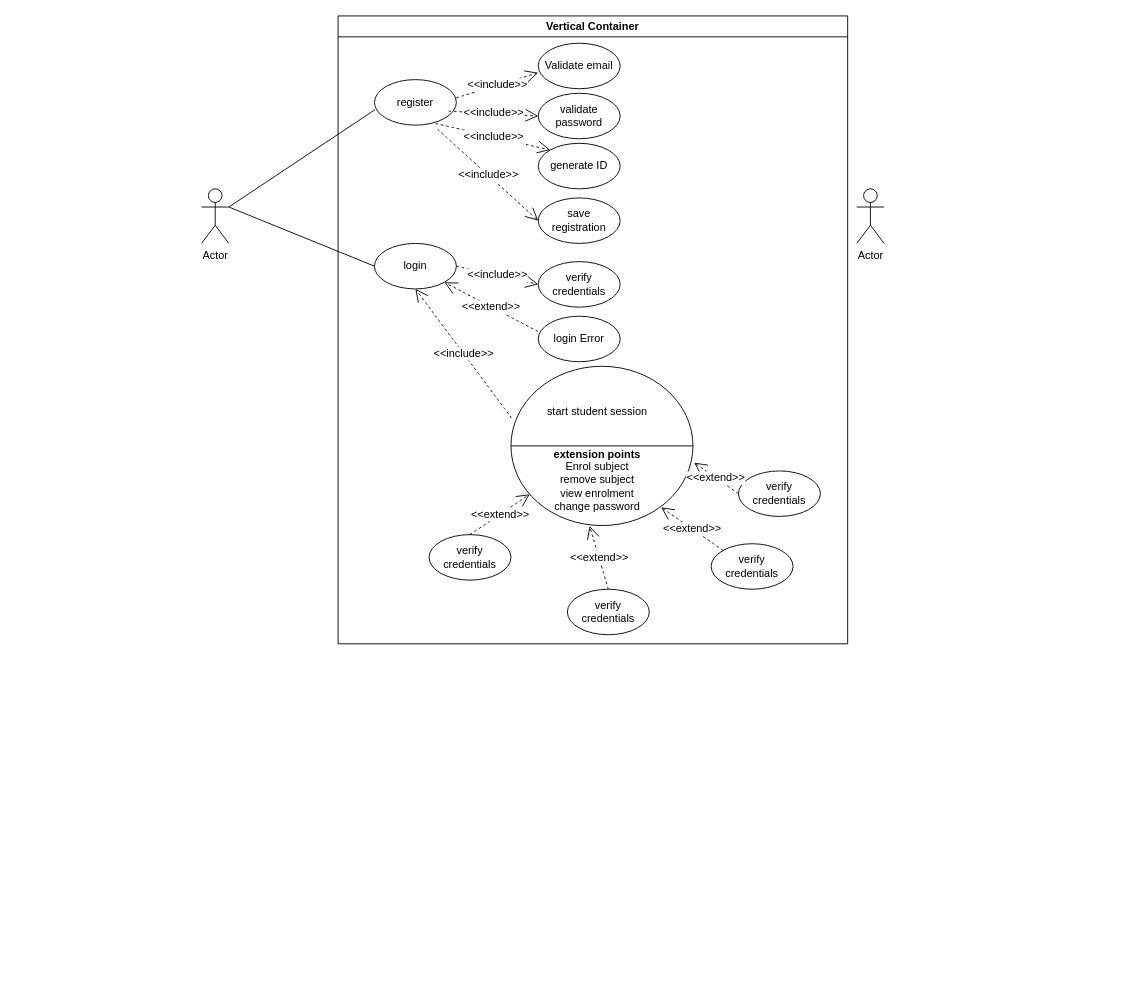
Earlier version of the draw.io diagram src/user case .drawio (zuoheouxiang/32555project). Source tidied: cells renumbered, new cells numbered last; positions are measured from the earlier drawing's top-left corner, leaving out a move shared by most shapes. Both pictures are drawn from the tidied source at 91%, with x=0, y=0 at pixel (201, 15).
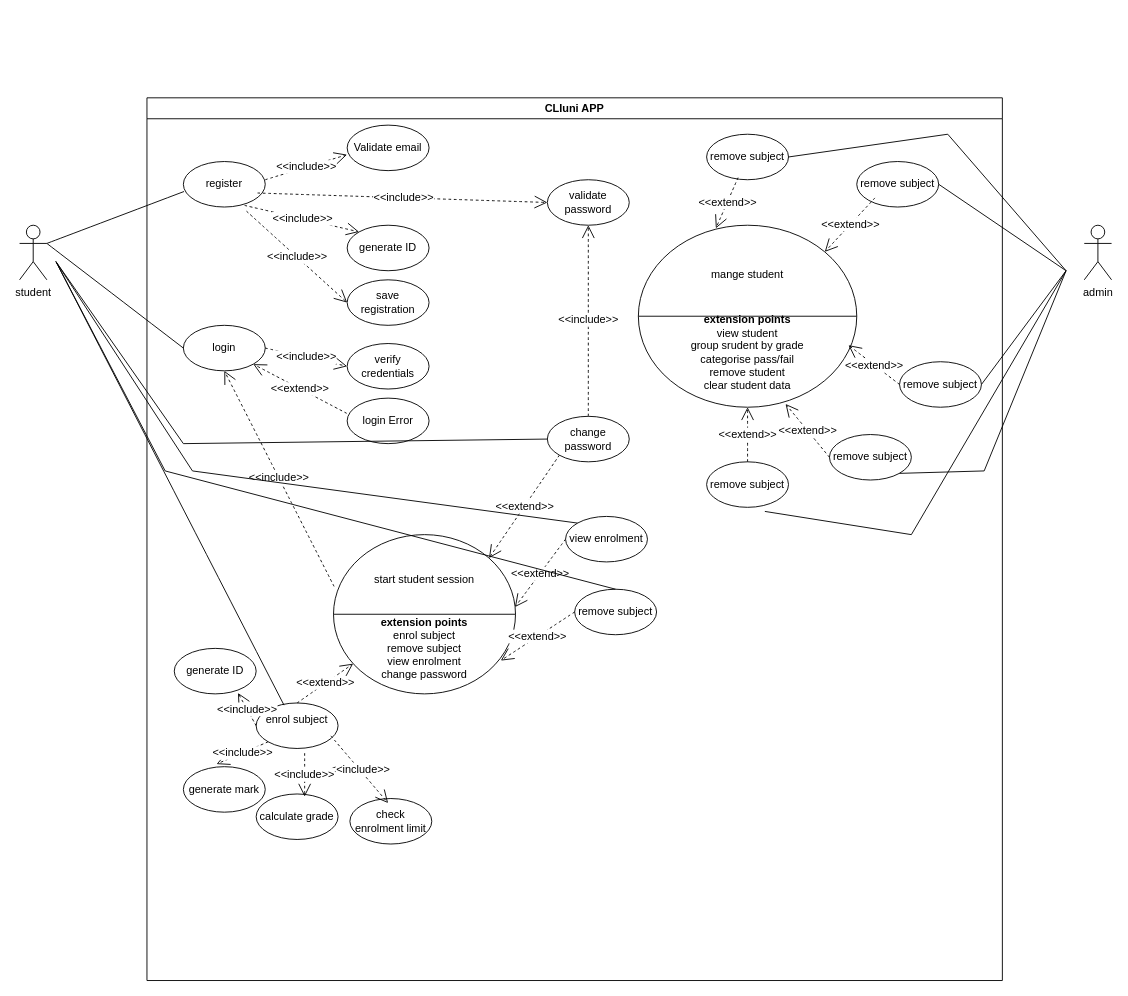
The same diagram, later.

The change refers to these unchanged cells:
```xml
<mxCell id="5" value="register" style="ellipse;whiteSpace=wrap;html=1;shapeInside=1;" parent="4" vertex="1">
  <mxGeometry x="40" y="70" width="90" height="50" as="geometry" />
</mxCell>
```

Change to the diagram source:
```diff
@@
-    <mxCell id="2" value="Actor" style="shape=umlActor;verticalLabelPosition=bottom;verticalAlign=top;html=1;outlineConnect=0;" parent="1" vertex="1">
-      <mxGeometry y="190" width="30" height="60" as="geometry" />
+    <mxCell id="2" value="student" style="shape=umlActor;verticalLabelPosition=bottom;verticalAlign=top;html=1;outlineConnect=0;" parent="1" vertex="1">
+      <mxGeometry x="-200" y="230" width="30" height="60" as="geometry" />
     </mxCell>
-    <mxCell id="3" value="Actor" style="shape=umlActor;verticalLabelPosition=bottom;verticalAlign=top;html=1;" parent="1" vertex="1">
-      <mxGeometry x="720" y="190" width="30" height="60" as="geometry" />
+    <mxCell id="3" value="admin" style="shape=umlActor;verticalLabelPosition=bottom;verticalAlign=top;html=1;" parent="1" vertex="1">
+      <mxGeometry x="970" y="230" width="30" height="60" as="geometry" />
     </mxCell>
-    <mxCell id="4" value="Vertical Container" style="swimlane;whiteSpace=wrap;html=1;" parent="1" vertex="1">
-      <mxGeometry x="150" width="560" height="690" as="geometry" />
+    <mxCell id="4" value="CLIuni APP" style="swimlane;whiteSpace=wrap;html=1;" parent="1" vertex="1">
+      <mxGeometry x="-60" y="90" width="940" height="970" as="geometry" />
     </mxCell>
@@
     <mxCell id="8" value="validate password" style="ellipse;whiteSpace=wrap;html=1;" parent="4" vertex="1">
-      <mxGeometry x="220" y="85" width="90" height="50" as="geometry" />
+      <mxGeometry x="440" y="90" width="90" height="50" as="geometry" />
     </mxCell>
@@
     <mxCell id="19" style="shape=lineEllipse;perimeter=ellipsePerimeter;whiteSpace=wrap;html=1;backgroundOutline=1;" parent="4" vertex="1">
-      <mxGeometry x="190" y="385" width="200" height="175" as="geometry" />
+      <mxGeometry x="205" y="480" width="200" height="175" as="geometry" />
     </mxCell>
     <mxCell id="20" value="start student session" style="text;html=1;whiteSpace=wrap;strokeColor=none;fillColor=none;align=center;verticalAlign=middle;rounded=0;" parent="4" vertex="1">
-      <mxGeometry x="225" y="420" width="120" height="30" as="geometry" />
+      <mxGeometry x="245" y="515" width="120" height="30" as="geometry" />
     </mxCell>
-    <mxCell id="21" value="&lt;b&gt;extension points&lt;/b&gt;&lt;div&gt;Enrol subject&lt;/div&gt;&lt;div&gt;remove subject&lt;/div&gt;&lt;div&gt;view enrolment&lt;/div&gt;&lt;div&gt;change password&lt;/div&gt;" style="text;html=1;whiteSpace=wrap;strokeColor=none;fillColor=none;align=center;verticalAlign=middle;rounded=0;" parent="4" vertex="1">
-      <mxGeometry x="215" y="480" width="140" height="60" as="geometry" />
+    <mxCell id="21" value="&lt;b&gt;extension points&lt;/b&gt;&lt;div&gt;enrol subject&lt;/div&gt;&lt;div&gt;remove subject&lt;/div&gt;&lt;div&gt;view enrolment&lt;/div&gt;&lt;div&gt;change password&lt;/div&gt;" style="text;html=1;whiteSpace=wrap;strokeColor=none;fillColor=none;align=center;verticalAlign=middle;rounded=0;" parent="4" vertex="1">
+      <mxGeometry x="235" y="575" width="140" height="60" as="geometry" />
     </mxCell>
-    <mxCell id="22" value="verify credentials" style="ellipse;whiteSpace=wrap;html=1;shapeInside=1;" parent="4" vertex="1">
-      <mxGeometry x="100" y="570" width="90" height="50" as="geometry" />
+    <mxCell id="22" value="enrol subject&lt;div&gt;&lt;br/&gt;&lt;/div&gt;" style="ellipse;whiteSpace=wrap;html=1;shapeInside=1;" parent="4" vertex="1">
+      <mxGeometry x="120" y="665" width="90" height="50" as="geometry" />
     </mxCell>
-    <mxCell id="23" value="verify credentials" style="ellipse;whiteSpace=wrap;html=1;shapeInside=1;" parent="4" vertex="1">
-      <mxGeometry x="440" y="500" width="90" height="50" as="geometry" />
+    <mxCell id="23" value="change password" style="ellipse;whiteSpace=wrap;html=1;shapeInside=1;" parent="4" vertex="1">
+      <mxGeometry x="440" y="350" width="90" height="50" as="geometry" />
     </mxCell>
@@
-    <mxCell id="26" value="&amp;lt;&amp;lt;extend&amp;gt;&amp;gt;" style="endArrow=open;endSize=12;dashed=1;html=1;rounded=0;fontSize=12;curved=1;exitX=0;exitY=0.5;exitDx=0;exitDy=0;entryX=1.006;entryY=0.605;entryDx=0;entryDy=0;entryPerimeter=0;" parent="4" edge="1" source="23" target="19">
+    <mxCell id="26" value="&amp;lt;&amp;lt;extend&amp;gt;&amp;gt;" style="endArrow=open;endSize=12;dashed=1;html=1;rounded=0;fontSize=12;curved=1;exitX=0;exitY=0.5;exitDx=0;exitDy=0;entryX=0.997;entryY=0.455;entryDx=0;entryDy=0;entryPerimeter=0;" parent="4" edge="1" source="30" target="19">
       <mxGeometry relative="1" as="geometry" />
     </mxCell>
+    <mxCell id="33" value="&lt;div&gt;check enrolment limit&lt;/div&gt;" style="ellipse;whiteSpace=wrap;html=1;shapeInside=1;" parent="4" vertex="1">
+      <mxGeometry x="223" y="770" width="90" height="50" as="geometry" />
+    </mxCell>
+    <mxCell id="34" value="&lt;div&gt;generate ID&lt;/div&gt;" style="ellipse;whiteSpace=wrap;html=1;shapeInside=1;" parent="4" vertex="1">
+      <mxGeometry x="30" y="605" width="90" height="50" as="geometry" />
+    </mxCell>
+    <mxCell id="35" value="&lt;div&gt;generate mark&lt;/div&gt;" style="ellipse;whiteSpace=wrap;html=1;shapeInside=1;" parent="4" vertex="1">
+      <mxGeometry x="40" y="735" width="90" height="50" as="geometry" />
+    </mxCell>
+    <mxCell id="36" value="&amp;lt;&amp;lt;include&amp;gt;&amp;gt;" style="endArrow=open;endSize=12;dashed=1;html=1;rounded=0;fontSize=12;curved=1;exitX=0;exitY=0.5;exitDx=0;exitDy=0;entryX=0.778;entryY=0.98;entryDx=0;entryDy=0;entryPerimeter=0;" parent="4" edge="1" source="22" target="34">
+      <mxGeometry relative="1" as="geometry" />
+    </mxCell>
+    <mxCell id="37" value="&amp;lt;&amp;lt;include&amp;gt;&amp;gt;" style="endArrow=open;endSize=12;dashed=1;html=1;rounded=0;fontSize=12;curved=1;exitX=0;exitY=1;exitDx=0;exitDy=0;entryX=0.405;entryY=-0.057;entryDx=0;entryDy=0;entryPerimeter=0;" parent="4" edge="1" source="22" target="35">
+      <mxGeometry relative="1" as="geometry" />
+    </mxCell>
+    <mxCell id="38" value="&amp;lt;&amp;lt;include&amp;gt;&amp;gt;" style="endArrow=open;endSize=12;dashed=1;html=1;rounded=0;fontSize=12;curved=1;exitX=0.912;exitY=0.723;exitDx=0;exitDy=0;entryX=0.5;entryY=0;entryDx=0;entryDy=0;exitPerimeter=0;" parent="4" edge="1" source="22">
+      <mxGeometry relative="1" as="geometry">
+        <mxPoint x="265" y="775" as="targetPoint" />
+      </mxGeometry>
+    </mxCell>
+    <mxCell id="39" value="&lt;div&gt;calculate grade&lt;/div&gt;" style="ellipse;whiteSpace=wrap;html=1;shapeInside=1;" parent="4" vertex="1">
+      <mxGeometry x="120" y="765" width="90" height="50" as="geometry" />
+    </mxCell>
+    <mxCell id="40" value="&amp;lt;&amp;lt;include&amp;gt;&amp;gt;" style="endArrow=open;endSize=12;dashed=1;html=1;rounded=0;fontSize=12;curved=1;exitX=0.592;exitY=1.101;exitDx=0;exitDy=0;entryX=0.592;entryY=0.059;entryDx=0;entryDy=0;entryPerimeter=0;exitPerimeter=0;" parent="4" edge="1" source="22" target="39">
+      <mxGeometry relative="1" as="geometry" />
+    </mxCell>
+    <mxCell id="30" value="view enrolment" style="ellipse;whiteSpace=wrap;html=1;shapeInside=1;" parent="4" vertex="1">
+      <mxGeometry x="460" y="460" width="90" height="50" as="geometry" />
+    </mxCell>
+    <mxCell id="32" value="&amp;lt;&amp;lt;extend&amp;gt;&amp;gt;" style="endArrow=open;endSize=12;dashed=1;html=1;rounded=0;fontSize=12;curved=1;exitX=0;exitY=1;exitDx=0;exitDy=0;entryX=1;entryY=0;entryDx=0;entryDy=0;" parent="4" edge="1" source="23" target="19">
+      <mxGeometry relative="1" as="geometry" />
+    </mxCell>
+    <mxCell id="29" value="remove subject" style="ellipse;whiteSpace=wrap;html=1;shapeInside=1;" parent="4" vertex="1">
+      <mxGeometry x="470" y="540" width="90" height="50" as="geometry" />
+    </mxCell>
+    <mxCell id="31" value="&amp;lt;&amp;lt;extend&amp;gt;&amp;gt;" style="endArrow=open;endSize=12;dashed=1;html=1;rounded=0;fontSize=12;curved=1;exitX=0;exitY=0.5;exitDx=0;exitDy=0;entryX=0.919;entryY=0.791;entryDx=0;entryDy=0;entryPerimeter=0;" parent="4" edge="1" source="29" target="19">
+      <mxGeometry relative="1" as="geometry" />
+    </mxCell>
+    <mxCell id="41" value="&amp;lt;&amp;lt;include&amp;gt;&amp;gt;" style="endArrow=open;endSize=12;dashed=1;html=1;rounded=0;fontSize=12;curved=1;exitX=0.5;exitY=0;exitDx=0;exitDy=0;entryX=0.5;entryY=1;entryDx=0;entryDy=0;" parent="4" edge="1" source="23" target="8">
+      <mxGeometry x="0.01" relative="1" as="geometry" />
+    </mxCell>
+    <mxCell id="42" style="shape=lineEllipse;perimeter=ellipsePerimeter;whiteSpace=wrap;html=1;backgroundOutline=1;" parent="4" vertex="1">
+      <mxGeometry x="540" y="140" width="240" height="200" as="geometry" />
+    </mxCell>
+    <mxCell id="43" value="mange student" style="text;html=1;whiteSpace=wrap;strokeColor=none;fillColor=none;align=center;verticalAlign=middle;rounded=0;" parent="4" vertex="1">
+      <mxGeometry x="600" y="180" width="120" height="30" as="geometry" />
+    </mxCell>
+    <mxCell id="44" value="&lt;b&gt;extension points&lt;/b&gt;&lt;div&gt;view student&lt;/div&gt;&lt;div&gt;group srudent by grade&lt;/div&gt;&lt;div&gt;categorise pass/fail&lt;/div&gt;&lt;div&gt;remove student&lt;/div&gt;&lt;div&gt;clear student data&lt;/div&gt;" style="text;html=1;whiteSpace=wrap;strokeColor=none;fillColor=none;align=center;verticalAlign=middle;rounded=0;" parent="4" vertex="1">
+      <mxGeometry x="590" y="260" width="140" height="40" as="geometry" />
+    </mxCell>
+    <mxCell id="45" value="remove subject" style="ellipse;whiteSpace=wrap;html=1;shapeInside=1;" parent="4" vertex="1">
+      <mxGeometry x="615" y="400" width="90" height="50" as="geometry" />
+    </mxCell>
+    <mxCell id="46" value="remove subject" style="ellipse;whiteSpace=wrap;html=1;shapeInside=1;" parent="4" vertex="1">
+      <mxGeometry x="615" y="40" width="90" height="50" as="geometry" />
+    </mxCell>
+    <mxCell id="47" value="remove subject" style="ellipse;whiteSpace=wrap;html=1;shapeInside=1;" parent="4" vertex="1">
+      <mxGeometry x="750" y="370" width="90" height="50" as="geometry" />
+    </mxCell>
+    <mxCell id="48" value="remove subject" style="ellipse;whiteSpace=wrap;html=1;shapeInside=1;" parent="4" vertex="1">
+      <mxGeometry x="827" y="290" width="90" height="50" as="geometry" />
+    </mxCell>
+    <mxCell id="49" value="remove subject" style="ellipse;whiteSpace=wrap;html=1;shapeInside=1;" parent="4" vertex="1">
+      <mxGeometry x="780" y="70" width="90" height="50" as="geometry" />
+    </mxCell>
+    <mxCell id="50" value="&amp;lt;&amp;lt;extend&amp;gt;&amp;gt;" style="endArrow=open;endSize=12;dashed=1;html=1;rounded=0;fontSize=12;curved=1;exitX=0;exitY=0.5;exitDx=0;exitDy=0;entryX=0.674;entryY=0.982;entryDx=0;entryDy=0;entryPerimeter=0;" parent="4" edge="1" source="47" target="42">
+      <mxGeometry relative="1" as="geometry" />
+    </mxCell>
+    <mxCell id="51" value="&amp;lt;&amp;lt;extend&amp;gt;&amp;gt;" style="endArrow=open;endSize=12;dashed=1;html=1;rounded=0;fontSize=12;curved=1;exitX=0.5;exitY=0;exitDx=0;exitDy=0;entryX=0.5;entryY=1;entryDx=0;entryDy=0;" parent="4" edge="1" source="45" target="42">
+      <mxGeometry relative="1" as="geometry" />
+    </mxCell>
+    <mxCell id="52" value="&amp;lt;&amp;lt;extend&amp;gt;&amp;gt;" style="endArrow=open;endSize=12;dashed=1;html=1;rounded=0;fontSize=12;curved=1;exitX=0;exitY=0.5;exitDx=0;exitDy=0;entryX=0.962;entryY=0.659;entryDx=0;entryDy=0;entryPerimeter=0;" parent="4" edge="1" source="48" target="42">
+      <mxGeometry relative="1" as="geometry" />
+    </mxCell>
+    <mxCell id="53" value="&amp;lt;&amp;lt;extend&amp;gt;&amp;gt;" style="endArrow=open;endSize=12;dashed=1;html=1;rounded=0;fontSize=12;curved=1;exitX=0.222;exitY=0.8;exitDx=0;exitDy=0;entryX=1;entryY=0;entryDx=0;entryDy=0;exitPerimeter=0;" parent="4" edge="1" source="49" target="42">
+      <mxGeometry relative="1" as="geometry" />
+    </mxCell>
+    <mxCell id="54" value="&amp;lt;&amp;lt;extend&amp;gt;&amp;gt;" style="endArrow=open;endSize=12;dashed=1;html=1;rounded=0;fontSize=12;curved=1;exitX=0.384;exitY=0.954;exitDx=0;exitDy=0;entryX=0.355;entryY=0.017;entryDx=0;entryDy=0;entryPerimeter=0;exitPerimeter=0;" parent="4" edge="1" source="46" target="42">
+      <mxGeometry relative="1" as="geometry" />
+    </mxCell>
-    <mxCell id="27" style="endArrow=none;html=1;rounded=0;fontSize=12;startSize=8;endSize=8;curved=1;entryX=0.008;entryY=0.659;entryDx=0;entryDy=0;entryPerimeter=0;" parent="1" edge="1" target="5">
-      <mxGeometry relative="1" as="geometry">
-        <mxPoint x="30" y="210" as="sourcePoint" />
-      </mxGeometry>
+    <mxCell id="27" style="endArrow=none;html=1;rounded=0;fontSize=12;startSize=8;endSize=8;curved=1;entryX=0.008;entryY=0.659;entryDx=0;entryDy=0;entryPerimeter=0;exitX=1;exitY=0.3333333333333333;exitDx=0;exitDy=0;exitPerimeter=0;" parent="1" edge="1" source="2" target="5">
+      <mxGeometry relative="1" as="geometry" />
     </mxCell>
@@
-    <mxCell id="29" value="verify credentials" style="ellipse;whiteSpace=wrap;html=1;shapeInside=1;" parent="1" vertex="1">
-      <mxGeometry x="402" y="630" width="90" height="50" as="geometry" />
-    </mxCell>
-    <mxCell id="30" value="verify credentials" style="ellipse;whiteSpace=wrap;html=1;shapeInside=1;" parent="1" vertex="1">
-      <mxGeometry x="560" y="580" width="90" height="50" as="geometry" />
-    </mxCell>
-    <mxCell id="31" value="&amp;lt;&amp;lt;extend&amp;gt;&amp;gt;" style="endArrow=open;endSize=12;dashed=1;html=1;rounded=0;fontSize=12;curved=1;exitX=0.5;exitY=0;exitDx=0;exitDy=0;entryX=0.432;entryY=1.002;entryDx=0;entryDy=0;entryPerimeter=0;" parent="1" edge="1" source="29" target="19">
-      <mxGeometry relative="1" as="geometry" />
-    </mxCell>
-    <mxCell id="32" value="&amp;lt;&amp;lt;extend&amp;gt;&amp;gt;" style="endArrow=open;endSize=12;dashed=1;html=1;rounded=0;fontSize=12;curved=1;exitX=0;exitY=0;exitDx=0;exitDy=0;entryX=1;entryY=1;entryDx=0;entryDy=0;" parent="1" edge="1" source="30" target="21">
-      <mxGeometry relative="1" as="geometry" />
-    </mxCell>
+    <mxCell id="55" style="endArrow=none;html=1;rounded=0;fontSize=12;startSize=8;endSize=8;curved=1;entryX=0.34;entryY=0.047;entryDx=0;entryDy=0;entryPerimeter=0;" parent="1" edge="1" target="22">
+      <mxGeometry relative="1" as="geometry">
+        <mxPoint x="-160" y="270" as="sourcePoint" />
+      </mxGeometry>
+    </mxCell>
+    <mxCell id="56" style="endArrow=none;html=1;rounded=0;fontSize=12;startSize=8;endSize=8;exitX=0;exitY=0.5;exitDx=0;exitDy=0;" parent="1" edge="1" source="23">
+      <mxGeometry relative="1" as="geometry">
+        <mxPoint x="-160" y="270" as="targetPoint" />
+        <Array as="points">
+          <mxPoint x="-20" y="470" />
+        </Array>
+      </mxGeometry>
+    </mxCell>
+    <mxCell id="57" style="endArrow=none;html=1;rounded=0;fontSize=12;startSize=8;endSize=8;exitX=0;exitY=0;exitDx=0;exitDy=0;" parent="1" edge="1" source="30">
+      <mxGeometry relative="1" as="geometry">
+        <mxPoint x="-160" y="270" as="targetPoint" />
+        <Array as="points">
+          <mxPoint x="-10" y="500" />
+        </Array>
+      </mxGeometry>
+    </mxCell>
+    <mxCell id="58" style="endArrow=none;html=1;rounded=0;fontSize=12;startSize=8;endSize=8;exitX=0.5;exitY=0;exitDx=0;exitDy=0;" parent="1" edge="1" source="29">
+      <mxGeometry relative="1" as="geometry">
+        <mxPoint x="-160" y="270" as="targetPoint" />
+        <Array as="points">
+          <mxPoint x="-40" y="500" />
+        </Array>
+      </mxGeometry>
+    </mxCell>
+    <mxCell id="59" style="endArrow=none;html=1;rounded=0;fontSize=12;startSize=8;endSize=8;entryX=0.711;entryY=1.09;entryDx=0;entryDy=0;entryPerimeter=0;" parent="1" edge="1" target="45">
+      <mxGeometry relative="1" as="geometry">
+        <mxPoint x="950" y="280" as="sourcePoint" />
+        <Array as="points">
+          <mxPoint x="780" y="570" />
+        </Array>
+      </mxGeometry>
+    </mxCell>
+    <mxCell id="60" style="endArrow=none;html=1;rounded=0;fontSize=12;startSize=8;endSize=8;entryX=1;entryY=1;entryDx=0;entryDy=0;" parent="1" edge="1" target="47">
+      <mxGeometry relative="1" as="geometry">
+        <mxPoint x="950" y="280" as="sourcePoint" />
+        <Array as="points">
+          <mxPoint x="860" y="500" />
+        </Array>
+      </mxGeometry>
+    </mxCell>
+    <mxCell id="61" style="endArrow=none;html=1;rounded=0;fontSize=12;startSize=8;endSize=8;entryX=1;entryY=0.5;entryDx=0;entryDy=0;" parent="1" edge="1" target="48">
+      <mxGeometry relative="1" as="geometry">
+        <mxPoint x="950" y="280" as="sourcePoint" />
+      </mxGeometry>
+    </mxCell>
+    <mxCell id="62" style="endArrow=none;html=1;rounded=0;fontSize=12;startSize=8;endSize=8;entryX=1;entryY=0.5;entryDx=0;entryDy=0;" parent="1" edge="1" target="49">
+      <mxGeometry relative="1" as="geometry">
+        <mxPoint x="950" y="280" as="sourcePoint" />
+      </mxGeometry>
+    </mxCell>
+    <mxCell id="63" style="endArrow=none;html=1;rounded=0;fontSize=12;startSize=8;endSize=8;entryX=1;entryY=0.5;entryDx=0;entryDy=0;" parent="1" edge="1" target="46">
+      <mxGeometry relative="1" as="geometry">
+        <mxPoint x="950" y="280" as="sourcePoint" />
+        <Array as="points">
+          <mxPoint x="820" y="130" />
+        </Array>
+      </mxGeometry>
+    </mxCell>
```
